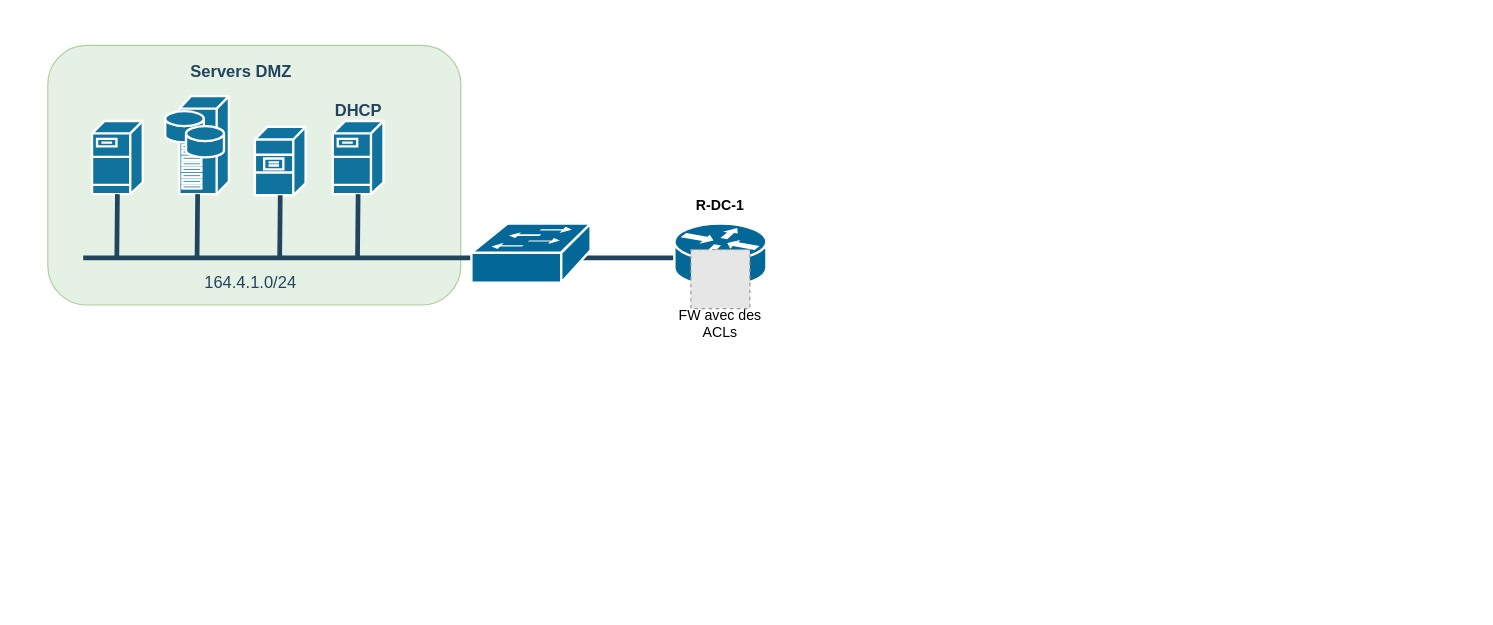
The draw.io diagram network/network-architecture.drawio in CPELyon/4irc-19-20-proj-transversal, before the edit. Source tidied: cells renumbered, new cells numbered last; positions are measured from the earlier drawing's top-left corner, leaving out a move shared by most shapes. Both pictures are drawn from the tidied source at 118%, with x=0, y=0 at pixel (47, 45). Pictures stored in the file or linked from it are replaced by grey dashed boxes.
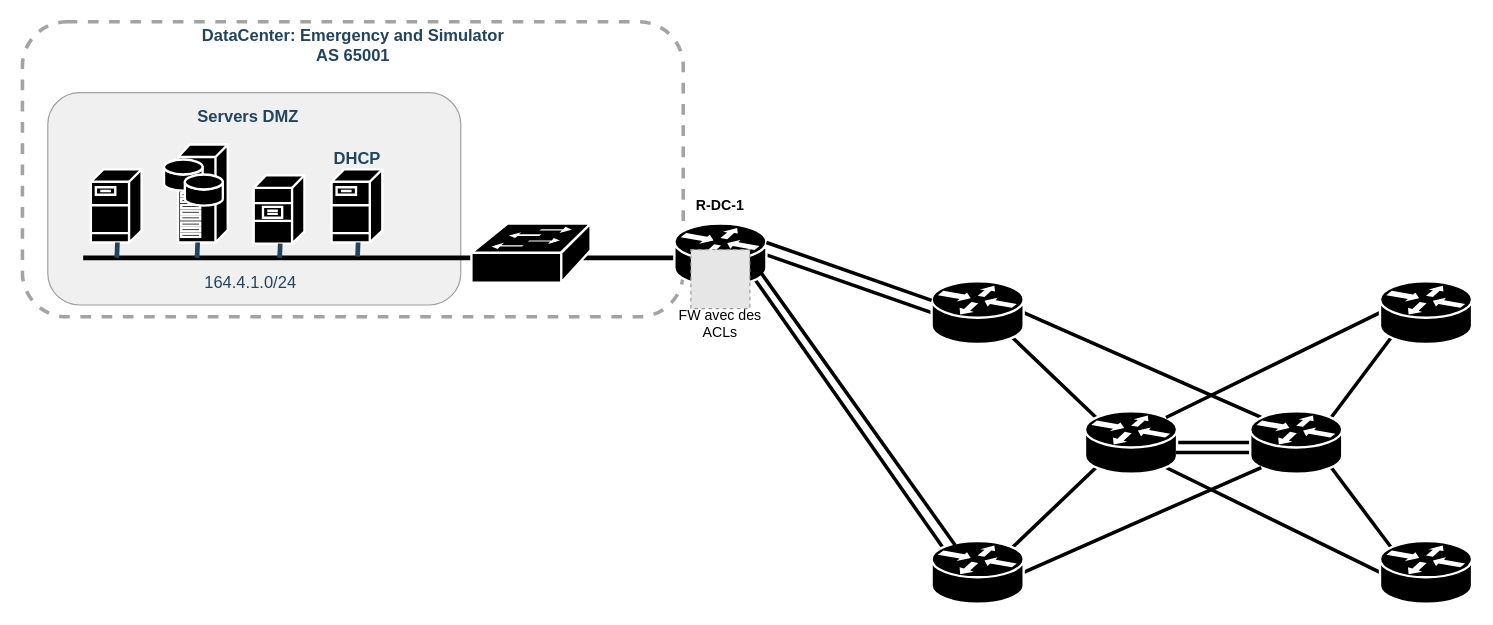
After the change.

Change to the diagram source:
```diff
@@
+    <mxCell id="20" style="rounded=1;whiteSpace=wrap;html=1;strokeColor=#666666;fillColor=none;fontSize=24;align=center;opacity=60;strokeWidth=3;dashed=1;" parent="1" vertex="1">
+      <mxGeometry x="-21.5" y="-20" width="560" height="250" as="geometry" />
+    </mxCell>
-    <mxCell id="2" style="rounded=1;whiteSpace=wrap;html=1;strokeColor=#82b366;fillColor=#d5e8d4;fontSize=24;align=center;opacity=60;" parent="1" vertex="1">
-      <mxGeometry width="350" height="220" as="geometry" />
+    <mxCell id="2" style="rounded=1;whiteSpace=wrap;html=1;strokeColor=#666666;fillColor=#E6E6E6;fontSize=24;align=center;opacity=60;" parent="1" vertex="1">
+      <mxGeometry y="40" width="350" height="180" as="geometry" />
     </mxCell>
-    <mxCell id="3" style="line;html=1;strokeColor=#23445D;" parent="1" vertex="1">
+    <mxCell id="3" style="line;html=1;strokeColor=#000000;" parent="1" vertex="1">
       <mxGeometry x="30" y="175" width="530" height="10" as="geometry" />
     </mxCell>
@@
-    <mxCell id="6" style="shape=mxgraph.cisco.switches.workgroup_switch;html=1;dashed=0;fillColor=#036897;strokeColor=#ffffff;strokeWidth=2;verticalLabelPosition=bottom;verticalAlign=top;align=center;" parent="1" vertex="1">
+    <mxCell id="6" style="shape=mxgraph.cisco.switches.workgroup_switch;html=1;dashed=0;fillColor=#000000;strokeColor=#ffffff;strokeWidth=2;verticalLabelPosition=bottom;verticalAlign=top;align=center;" parent="1" vertex="1">
       <mxGeometry x="359" y="151" width="101" height="50" as="geometry" />
     </mxCell>
+    <mxCell id="21" style="edgeStyle=none;rounded=0;jettySize=auto;html=1;exitX=1;exitY=0.5;exitDx=0;exitDy=0;exitPerimeter=0;entryX=0;entryY=0.5;entryDx=0;entryDy=0;entryPerimeter=0;endArrow=none;endFill=0;strokeWidth=3;" parent="1" edge="1" source="7" target="25">
+      <mxGeometry relative="1" as="geometry" />
+    </mxCell>
+    <mxCell id="22" style="edgeStyle=none;rounded=0;jettySize=auto;html=1;exitX=0.88;exitY=0.9;exitDx=0;exitDy=0;exitPerimeter=0;endArrow=none;endFill=0;strokeWidth=3;entryX=0.12;entryY=0.1;entryDx=0;entryDy=0;entryPerimeter=0;" parent="1" edge="1" source="7" target="36">
+      <mxGeometry relative="1" as="geometry" />
+    </mxCell>
-    <mxCell id="7" style="shape=mxgraph.cisco.routers.router;html=1;dashed=0;fillColor=#036897;strokeColor=#ffffff;strokeWidth=2;verticalLabelPosition=bottom;verticalAlign=top;align=center;outlineConnect=0;" parent="1" vertex="1">
+    <mxCell id="7" style="shape=mxgraph.cisco.routers.router;html=1;dashed=0;fillColor=#000000;strokeColor=#ffffff;strokeWidth=2;verticalLabelPosition=bottom;verticalAlign=top;align=center;outlineConnect=0;" parent="1" vertex="1">
       <mxGeometry x="531" y="151" width="78" height="53" as="geometry" />
     </mxCell>
-    <mxCell id="8" style="shape=mxgraph.cisco.servers.fileserver;html=1;dashed=0;fillColor=#10739E;strokeColor=#ffffff;strokeWidth=2;verticalLabelPosition=bottom;verticalAlign=top;fontFamily=Helvetica;fontSize=36;fontColor=#FFB366;" parent="1" vertex="1">
-      <mxGeometry x="37.5" y="64" width="43" height="62" as="geometry" />
+    <mxCell id="8" style="shape=mxgraph.cisco.servers.fileserver;html=1;dashed=0;fillColor=#000000;strokeColor=#ffffff;strokeWidth=2;verticalLabelPosition=bottom;verticalAlign=top;fontFamily=Helvetica;fontSize=36;fontColor=#FFB366;" parent="1" vertex="1">
+      <mxGeometry x="36.5" y="105" width="43" height="62" as="geometry" />
     </mxCell>
-    <mxCell id="9" style="shape=mxgraph.cisco.servers.fileserver;html=1;dashed=0;fillColor=#10739E;strokeColor=#ffffff;strokeWidth=2;verticalLabelPosition=bottom;verticalAlign=top;fontFamily=Helvetica;fontSize=36;fontColor=#FFB366;" parent="1" vertex="1">
-      <mxGeometry x="241.5" y="64" width="43" height="62" as="geometry" />
+    <mxCell id="9" style="shape=mxgraph.cisco.servers.fileserver;html=1;dashed=0;fillColor=#000000;strokeColor=#ffffff;strokeWidth=2;verticalLabelPosition=bottom;verticalAlign=top;fontFamily=Helvetica;fontSize=36;fontColor=#FFB366;" parent="1" vertex="1">
+      <mxGeometry x="240.5" y="105" width="43" height="62" as="geometry" />
     </mxCell>
-    <mxCell id="10" style="shape=mxgraph.cisco.servers.file_server;html=1;dashed=0;fillColor=#10739E;strokeColor=#ffffff;strokeWidth=2;verticalLabelPosition=bottom;verticalAlign=top;fontFamily=Helvetica;fontSize=36;fontColor=#FFB366;" parent="1" vertex="1">
-      <mxGeometry x="175.5" y="69" width="43" height="58" as="geometry" />
+    <mxCell id="10" style="shape=mxgraph.cisco.servers.file_server;html=1;dashed=0;fillColor=#000000;strokeColor=#ffffff;strokeWidth=2;verticalLabelPosition=bottom;verticalAlign=top;fontFamily=Helvetica;fontSize=36;fontColor=#FFB366;" parent="1" vertex="1">
+      <mxGeometry x="174.5" y="110" width="43" height="58" as="geometry" />
     </mxCell>
-    <mxCell id="11" style="shape=mxgraph.cisco.servers.storage_server;html=1;dashed=0;fillColor=#10739E;strokeColor=#ffffff;strokeWidth=2;verticalLabelPosition=bottom;verticalAlign=top;fontFamily=Helvetica;fontSize=36;fontColor=#FFB366;" parent="1" vertex="1">
-      <mxGeometry x="99.5" y="43" width="54" height="83" as="geometry" />
+    <mxCell id="11" style="shape=mxgraph.cisco.servers.storage_server;html=1;dashed=0;fillColor=#000000;strokeColor=#ffffff;strokeWidth=2;verticalLabelPosition=bottom;verticalAlign=top;fontFamily=Helvetica;fontSize=36;fontColor=#FFB366;" parent="1" vertex="1">
+      <mxGeometry x="98.5" y="84" width="54" height="83" as="geometry" />
     </mxCell>
@@
     <mxCell id="16" value="&lt;font color=&quot;#23445d&quot;&gt;&lt;span&gt;Servers DMZ&amp;nbsp;&lt;/span&gt;&lt;/font&gt;" style="rounded=1;whiteSpace=wrap;html=1;strokeColor=none;fillColor=none;fontSize=14;fontColor=#742B21;align=center;fontStyle=1;" parent="1" vertex="1">
-      <mxGeometry x="32.5" y="12" width="266" height="19" as="geometry" />
+      <mxGeometry x="39" y="50" width="266" height="19" as="geometry" />
     </mxCell>
@@
     <mxCell id="18" value="&lt;font color=&quot;#23445d&quot;&gt;&lt;span&gt;DHCP&lt;/span&gt;&lt;/font&gt;" style="rounded=1;whiteSpace=wrap;html=1;strokeColor=none;fillColor=none;fontSize=14;fontColor=#742B21;align=center;fontStyle=1;" parent="1" vertex="1">
-      <mxGeometry x="230.5" y="45" width="65" height="19" as="geometry" />
+      <mxGeometry x="229.5" y="86" width="65" height="19" as="geometry" />
     </mxCell>
@@
+    <mxCell id="23" style="rounded=0;jettySize=auto;html=1;exitX=0.88;exitY=0.9;exitDx=0;exitDy=0;exitPerimeter=0;entryX=0.12;entryY=0.1;entryDx=0;entryDy=0;entryPerimeter=0;endArrow=none;endFill=0;strokeWidth=3;" parent="1" edge="1" source="25" target="29">
+      <mxGeometry relative="1" as="geometry" />
+    </mxCell>
+    <mxCell id="24" style="edgeStyle=none;rounded=0;jettySize=auto;html=1;exitX=1;exitY=0.5;exitDx=0;exitDy=0;exitPerimeter=0;entryX=0.12;entryY=0.1;entryDx=0;entryDy=0;entryPerimeter=0;endArrow=none;endFill=0;strokeWidth=3;" parent="1" edge="1" source="25" target="32">
+      <mxGeometry relative="1" as="geometry" />
+    </mxCell>
+    <mxCell id="25" style="shape=mxgraph.cisco.routers.router;html=1;dashed=0;fillColor=#000000;strokeColor=#ffffff;strokeWidth=2;verticalLabelPosition=bottom;verticalAlign=top;align=center;outlineConnect=0;" parent="1" vertex="1">
+      <mxGeometry x="749" y="200" width="78" height="53" as="geometry" />
+    </mxCell>
+    <mxCell id="26" style="edgeStyle=none;rounded=0;jettySize=auto;html=1;exitX=0.12;exitY=0.9;exitDx=0;exitDy=0;exitPerimeter=0;entryX=0.88;entryY=0.1;entryDx=0;entryDy=0;entryPerimeter=0;endArrow=none;endFill=0;strokeWidth=3;" parent="1" edge="1" source="29" target="36">
+      <mxGeometry relative="1" as="geometry" />
+    </mxCell>
+    <mxCell id="27" style="edgeStyle=none;rounded=0;jettySize=auto;html=1;endArrow=none;endFill=0;strokeWidth=3;" parent="1" edge="1" source="29" target="32">
+      <mxGeometry relative="1" as="geometry" />
+    </mxCell>
+    <mxCell id="28" style="edgeStyle=none;rounded=0;jettySize=auto;html=1;exitX=0.88;exitY=0.9;exitDx=0;exitDy=0;exitPerimeter=0;entryX=0;entryY=0.5;entryDx=0;entryDy=0;entryPerimeter=0;endArrow=none;endFill=0;strokeWidth=3;" parent="1" edge="1" source="29" target="37">
+      <mxGeometry relative="1" as="geometry" />
+    </mxCell>
+    <mxCell id="29" style="shape=mxgraph.cisco.routers.router;html=1;dashed=0;fillColor=#000000;strokeColor=#ffffff;strokeWidth=2;verticalLabelPosition=bottom;verticalAlign=top;align=center;outlineConnect=0;" parent="1" vertex="1">
+      <mxGeometry x="879" y="310" width="78" height="53" as="geometry" />
+    </mxCell>
+    <mxCell id="30" style="edgeStyle=none;rounded=0;jettySize=auto;html=1;exitX=0.88;exitY=0.1;exitDx=0;exitDy=0;exitPerimeter=0;entryX=0.12;entryY=0.9;entryDx=0;entryDy=0;entryPerimeter=0;endArrow=none;endFill=0;strokeWidth=3;" parent="1" edge="1" source="32" target="34">
+      <mxGeometry relative="1" as="geometry" />
+    </mxCell>
+    <mxCell id="31" style="edgeStyle=none;rounded=0;jettySize=auto;html=1;exitX=0.88;exitY=0.9;exitDx=0;exitDy=0;exitPerimeter=0;entryX=0.12;entryY=0.1;entryDx=0;entryDy=0;entryPerimeter=0;endArrow=none;endFill=0;strokeWidth=3;" parent="1" edge="1" source="32" target="37">
+      <mxGeometry relative="1" as="geometry" />
+    </mxCell>
+    <mxCell id="32" style="shape=mxgraph.cisco.routers.router;html=1;dashed=0;fillColor=#000000;strokeColor=#ffffff;strokeWidth=2;verticalLabelPosition=bottom;verticalAlign=top;align=center;outlineConnect=0;" parent="1" vertex="1">
+      <mxGeometry x="1019" y="310" width="78" height="53" as="geometry" />
+    </mxCell>
+    <mxCell id="33" style="edgeStyle=none;rounded=0;jettySize=auto;html=1;exitX=0;exitY=0.5;exitDx=0;exitDy=0;exitPerimeter=0;entryX=0.88;entryY=0.1;entryDx=0;entryDy=0;entryPerimeter=0;endArrow=none;endFill=0;strokeWidth=3;" parent="1" edge="1" source="34" target="29">
+      <mxGeometry relative="1" as="geometry" />
+    </mxCell>
+    <mxCell id="34" style="shape=mxgraph.cisco.routers.router;html=1;dashed=0;fillColor=#000000;strokeColor=#ffffff;strokeWidth=2;verticalLabelPosition=bottom;verticalAlign=top;align=center;outlineConnect=0;" parent="1" vertex="1">
+      <mxGeometry x="1129" y="200" width="78" height="53" as="geometry" />
+    </mxCell>
+    <mxCell id="35" style="edgeStyle=none;rounded=0;jettySize=auto;html=1;exitX=1;exitY=0.5;exitDx=0;exitDy=0;exitPerimeter=0;entryX=0.12;entryY=0.9;entryDx=0;entryDy=0;entryPerimeter=0;endArrow=none;endFill=0;strokeWidth=3;" parent="1" edge="1" source="36" target="32">
+      <mxGeometry relative="1" as="geometry" />
+    </mxCell>
+    <mxCell id="36" style="shape=mxgraph.cisco.routers.router;html=1;dashed=0;fillColor=#000000;strokeColor=#ffffff;strokeWidth=2;verticalLabelPosition=bottom;verticalAlign=top;align=center;outlineConnect=0;" parent="1" vertex="1">
+      <mxGeometry x="749" y="420" width="78" height="53" as="geometry" />
+    </mxCell>
+    <mxCell id="37" style="shape=mxgraph.cisco.routers.router;html=1;dashed=0;fillColor=#000000;strokeColor=#ffffff;strokeWidth=2;verticalLabelPosition=bottom;verticalAlign=top;align=center;outlineConnect=0;" parent="1" vertex="1">
+      <mxGeometry x="1129" y="420" width="78" height="53" as="geometry" />
+    </mxCell>
+    <mxCell id="38" style="edgeStyle=none;rounded=0;orthogonalLoop=1;jettySize=auto;html=1;exitX=1;exitY=0.5;exitDx=0;exitDy=0;exitPerimeter=0;entryX=0;entryY=0.5;entryDx=0;entryDy=0;entryPerimeter=0;endArrow=none;endFill=0;strokeWidth=3;" parent="1" edge="1">
+      <mxGeometry relative="1" as="geometry">
+        <mxPoint x="956" y="345" as="sourcePoint" />
+        <mxPoint x="1018" y="345" as="targetPoint" />
+      </mxGeometry>
+    </mxCell>
+    <mxCell id="39" style="edgeStyle=none;rounded=0;orthogonalLoop=1;jettySize=auto;html=1;exitX=0.88;exitY=0.9;exitDx=0;exitDy=0;exitPerimeter=0;endArrow=none;endFill=0;strokeWidth=3;" parent="1" edge="1">
+      <mxGeometry relative="1" as="geometry">
+        <mxPoint x="599.1" y="185.2" as="sourcePoint" />
+        <mxPoint x="769" y="423.5" as="targetPoint" />
+      </mxGeometry>
+    </mxCell>
+    <mxCell id="40" style="edgeStyle=none;rounded=0;orthogonalLoop=1;jettySize=auto;html=1;exitX=1;exitY=0.5;exitDx=0;exitDy=0;exitPerimeter=0;entryX=0;entryY=0.5;entryDx=0;entryDy=0;entryPerimeter=0;endArrow=none;endFill=0;strokeWidth=3;" parent="1" edge="1">
+      <mxGeometry relative="1" as="geometry">
+        <mxPoint x="609" y="167" as="sourcePoint" />
+        <mxPoint x="749" y="216" as="targetPoint" />
+      </mxGeometry>
+    </mxCell>
+    <mxCell id="41" value="&lt;font color=&quot;#23445d&quot;&gt;&lt;span&gt;DataCenter: Emergency and Simulator&lt;br&gt;AS 65001&lt;/span&gt;&lt;/font&gt;" style="rounded=1;whiteSpace=wrap;html=1;strokeColor=none;fillColor=none;fontSize=14;fontColor=#742B21;align=center;fontStyle=1;" parent="1" vertex="1">
+      <mxGeometry x="125.5" y="-10" width="266" height="19" as="geometry" />
+    </mxCell>
```
